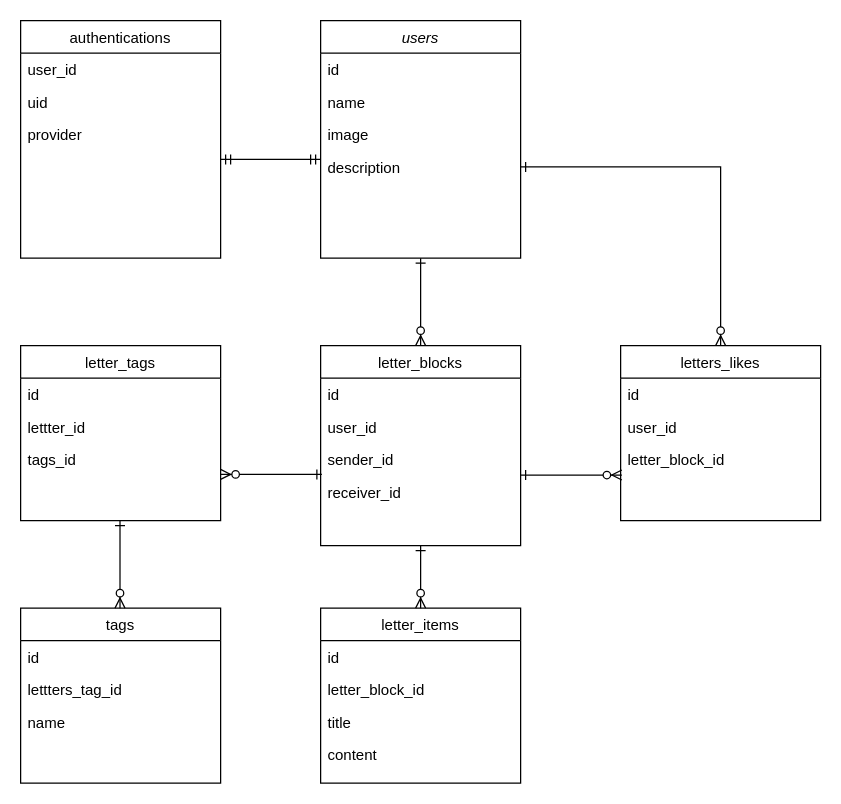
Earlier version of the draw.io diagram Untitled Diagram.drawio (yanokohei/goenbako). Source tidied: cells renumbered, new cells numbered last; positions are measured from the earlier drawing's top-left corner, leaving out a move shared by most shapes. Both pictures are drawn from the tidied source at 125%, with x=0, y=0 at pixel (20, 20).
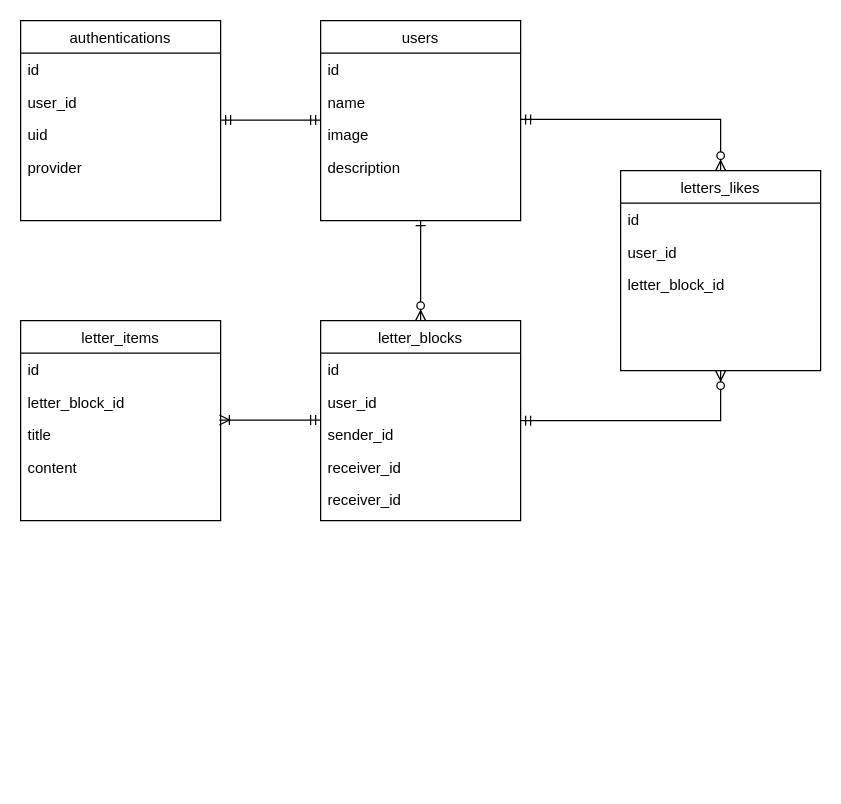
The same page after the edit.

The change refers to these unchanged cells:
```xml
<mxCell id="7" value="description" style="text;align=left;verticalAlign=top;spacingLeft=4;spacingRight=4;overflow=hidden;points=[[0,0.5],[1,0.5]];portConstraint=eastwest;rounded=0;shadow=0;html=0;" parent="3" vertex="1">
  <mxGeometry y="104" width="160" height="26" as="geometry" />
</mxCell>
```

The edit, as a diff of the source:
```diff
@@
-    <mxCell id="3" value="users" style="swimlane;fontStyle=2;align=center;verticalAlign=top;horizontal=1;startSize=26;rounded=0;shadow=0;strokeWidth=1;" parent="1" vertex="1">
-      <mxGeometry x="240" width="160" height="190" as="geometry" />
+    <mxCell id="3" value="users" style="swimlane;fontStyle=0;align=center;verticalAlign=top;horizontal=1;startSize=26;rounded=0;shadow=0;strokeWidth=1;" parent="1" vertex="1">
+      <mxGeometry x="240" width="160" height="160" as="geometry" />
     </mxCell>
@@
     <mxCell id="8" value="authentications" style="swimlane;fontStyle=0;align=center;verticalAlign=top;horizontal=1;startSize=26;rounded=0;shadow=0;strokeWidth=1;" parent="1" vertex="1">
-      <mxGeometry width="160" height="190" as="geometry" />
+      <mxGeometry width="160" height="160" as="geometry" />
     </mxCell>
+    <mxCell id="40" value="id" style="text;align=left;verticalAlign=top;spacingLeft=4;spacingRight=4;overflow=hidden;rounded=0;shadow=0;html=0;" parent="8" vertex="1">
+      <mxGeometry y="26" width="160" height="26" as="geometry" />
+    </mxCell>
     <mxCell id="9" value="user_id" style="text;align=left;verticalAlign=top;spacingLeft=4;spacingRight=4;overflow=hidden;rounded=0;shadow=0;html=0;" parent="8" vertex="1">
-      <mxGeometry y="26" width="160" height="26" as="geometry" />
+      <mxGeometry y="52" width="160" height="26" as="geometry" />
     </mxCell>
     <mxCell id="10" value="uid" style="text;align=left;verticalAlign=top;spacingLeft=4;spacingRight=4;overflow=hidden;rounded=0;shadow=0;html=0;" parent="8" vertex="1">
-      <mxGeometry y="52" width="160" height="26" as="geometry" />
+      <mxGeometry y="78" width="160" height="26" as="geometry" />
     </mxCell>
     <mxCell id="11" value="provider" style="text;align=left;verticalAlign=top;spacingLeft=4;spacingRight=4;overflow=hidden;rounded=0;shadow=0;html=0;" parent="8" vertex="1">
-      <mxGeometry y="78" width="160" height="26" as="geometry" />
+      <mxGeometry y="104" width="160" height="26" as="geometry" />
     </mxCell>
     <mxCell id="12" value="letter_blocks" style="swimlane;fontStyle=0;align=center;verticalAlign=top;horizontal=1;startSize=26;rounded=0;shadow=0;strokeWidth=1;" parent="1" vertex="1">
-      <mxGeometry x="240" y="260" width="160" height="160" as="geometry" />
+      <mxGeometry x="240" y="240" width="160" height="160" as="geometry" />
     </mxCell>
@@
-    <mxCell id="17" value="tags" style="swimlane;fontStyle=0;align=center;verticalAlign=top;horizontal=1;startSize=26;rounded=0;shadow=0;strokeWidth=1;" parent="1" vertex="1">
-      <mxGeometry y="470" width="160" height="140" as="geometry" />
-    </mxCell>
-    <mxCell id="18" value="id" style="text;align=left;verticalAlign=top;spacingLeft=4;spacingRight=4;overflow=hidden;rounded=0;shadow=0;html=0;" parent="17" vertex="1">
-      <mxGeometry y="26" width="160" height="26" as="geometry" />
-    </mxCell>
-    <mxCell id="19" value="lettters_tag_id" style="text;align=left;verticalAlign=top;spacingLeft=4;spacingRight=4;overflow=hidden;rounded=0;shadow=0;html=0;" parent="17" vertex="1">
-      <mxGeometry y="52" width="160" height="26" as="geometry" />
-    </mxCell>
-    <mxCell id="20" value="name" style="text;align=left;verticalAlign=top;spacingLeft=4;spacingRight=4;overflow=hidden;rounded=0;shadow=0;html=0;" parent="17" vertex="1">
-      <mxGeometry y="78" width="160" height="26" as="geometry" />
-    </mxCell>
+    <mxCell id="41" value="receiver_id" style="text;align=left;verticalAlign=top;spacingLeft=4;spacingRight=4;overflow=hidden;rounded=0;shadow=0;html=0;" parent="12" vertex="1">
+      <mxGeometry y="130" width="160" height="26" as="geometry" />
+    </mxCell>
     <mxCell id="21" value="letters_likes" style="swimlane;fontStyle=0;align=center;verticalAlign=top;horizontal=1;startSize=26;rounded=0;shadow=0;strokeWidth=1;" parent="1" vertex="1">
-      <mxGeometry x="480" y="260" width="160" height="140" as="geometry" />
+      <mxGeometry x="480" y="120" width="160" height="160" as="geometry" />
     </mxCell>
@@
     <mxCell id="25" style="edgeStyle=none;rounded=0;orthogonalLoop=1;jettySize=auto;html=1;startArrow=ERmandOne;startFill=0;endArrow=ERmandOne;endFill=0;" parent="1" edge="1">
       <mxGeometry relative="1" as="geometry">
-        <mxPoint x="160" y="111" as="sourcePoint" />
-        <mxPoint x="240" y="111" as="targetPoint" />
+        <mxPoint x="160" y="79.5" as="sourcePoint" />
+        <mxPoint x="240" y="79.5" as="targetPoint" />
       </mxGeometry>
     </mxCell>
-    <mxCell id="26" style="edgeStyle=none;rounded=0;jettySize=auto;html=1;startArrow=ERone;startFill=0;endArrow=ERzeroToMany;endFill=1;entryX=0.5;entryY=0;entryDx=0;entryDy=0;exitX=1;exitY=0.5;exitDx=0;exitDy=0;" parent="1" edge="1" source="7" target="21">
+    <mxCell id="26" style="edgeStyle=none;rounded=0;jettySize=auto;html=1;startArrow=ERmandOne;startFill=0;endArrow=ERzeroToMany;endFill=1;entryX=0.5;entryY=0;entryDx=0;entryDy=0;" parent="1" edge="1" target="21">
       <mxGeometry relative="1" as="geometry">
+        <mxPoint x="400" y="79" as="sourcePoint" />
         <Array as="points">
-          <mxPoint x="560" y="117" />
+          <mxPoint x="560" y="79" />
         </Array>
       </mxGeometry>
     </mxCell>
-    <mxCell id="27" style="edgeStyle=none;rounded=0;orthogonalLoop=1;jettySize=auto;html=1;startArrow=ERzeroToMany;startFill=1;endArrow=ERone;endFill=0;entryX=0.006;entryY=0.962;entryDx=0;entryDy=0;entryPerimeter=0;" parent="1" edge="1">
+    <mxCell id="27" style="edgeStyle=none;rounded=0;orthogonalLoop=1;jettySize=auto;html=1;startArrow=ERoneToMany;startFill=0;endArrow=ERmandOne;endFill=0;entryX=0.006;entryY=0.962;entryDx=0;entryDy=0;entryPerimeter=0;" parent="1" edge="1">
       <mxGeometry relative="1" as="geometry">
-        <mxPoint x="160" y="363" as="sourcePoint" />
-        <mxPoint x="241" y="363" as="targetPoint" />
+        <mxPoint x="159" y="319.5" as="sourcePoint" />
+        <mxPoint x="240" y="319.5" as="targetPoint" />
       </mxGeometry>
     </mxCell>
-    <mxCell id="28" style="edgeStyle=none;rounded=0;orthogonalLoop=1;jettySize=auto;html=1;startArrow=ERone;startFill=0;endArrow=ERzeroToMany;endFill=1;entryX=0.006;entryY=0.962;entryDx=0;entryDy=0;entryPerimeter=0;" parent="1" edge="1">
-      <mxGeometry relative="1" as="geometry">
-        <mxPoint x="400" y="363.5" as="sourcePoint" />
-        <mxPoint x="481" y="363.5" as="targetPoint" />
-      </mxGeometry>
-    </mxCell>
-    <mxCell id="29" value="letter_tags" style="swimlane;fontStyle=0;align=center;verticalAlign=top;horizontal=1;startSize=26;rounded=0;shadow=0;strokeWidth=1;" parent="1" vertex="1">
-      <mxGeometry y="260" width="160" height="140" as="geometry" />
-    </mxCell>
-    <mxCell id="30" value="id" style="text;align=left;verticalAlign=top;spacingLeft=4;spacingRight=4;overflow=hidden;rounded=0;shadow=0;html=0;" parent="29" vertex="1">
-      <mxGeometry y="26" width="160" height="26" as="geometry" />
-    </mxCell>
-    <mxCell id="31" value="lettter_id" style="text;align=left;verticalAlign=top;spacingLeft=4;spacingRight=4;overflow=hidden;rounded=0;shadow=0;html=0;" parent="29" vertex="1">
-      <mxGeometry y="52" width="160" height="26" as="geometry" />
-    </mxCell>
-    <mxCell id="32" value="tags_id" style="text;align=left;verticalAlign=top;spacingLeft=4;spacingRight=4;overflow=hidden;rounded=0;shadow=0;html=0;" parent="29" vertex="1">
-      <mxGeometry y="78" width="160" height="26" as="geometry" />
-    </mxCell>
-    <mxCell id="33" style="edgeStyle=none;rounded=0;orthogonalLoop=1;jettySize=auto;html=1;exitX=0.5;exitY=1;exitDx=0;exitDy=0;entryX=0.5;entryY=0;entryDx=0;entryDy=0;startArrow=ERone;startFill=0;endArrow=ERzeroToMany;endFill=1;" parent="1" edge="1">
-      <mxGeometry relative="1" as="geometry">
-        <mxPoint x="79.5" y="400" as="sourcePoint" />
-        <mxPoint x="79.5" y="470" as="targetPoint" />
-      </mxGeometry>
-    </mxCell>
     <mxCell id="34" value="letter_items" style="swimlane;fontStyle=0;align=center;verticalAlign=top;horizontal=1;startSize=26;rounded=0;shadow=0;strokeWidth=1;" parent="1" vertex="1">
-      <mxGeometry x="240" y="470" width="160" height="140" as="geometry" />
+      <mxGeometry y="240" width="160" height="160" as="geometry" />
     </mxCell>
@@
-    <mxCell id="39" style="edgeStyle=none;rounded=0;jettySize=auto;html=1;startArrow=ERone;startFill=0;endArrow=ERzeroToMany;endFill=1;entryX=0.5;entryY=0;entryDx=0;entryDy=0;" parent="1" edge="1" target="34">
-      <mxGeometry relative="1" as="geometry">
-        <mxPoint x="320" y="420" as="sourcePoint" />
-      </mxGeometry>
-    </mxCell>
+    <mxCell id="42" style="edgeStyle=none;rounded=0;jettySize=auto;html=1;startArrow=ERmandOne;startFill=0;endArrow=ERzeroToMany;endFill=1;entryX=0.5;entryY=1;entryDx=0;entryDy=0;" parent="1" edge="1" target="21">
+      <mxGeometry relative="1" as="geometry">
+        <mxPoint x="400" y="320" as="sourcePoint" />
+        <Array as="points">
+          <mxPoint x="560" y="320" />
+        </Array>
+      </mxGeometry>
+    </mxCell>
```
